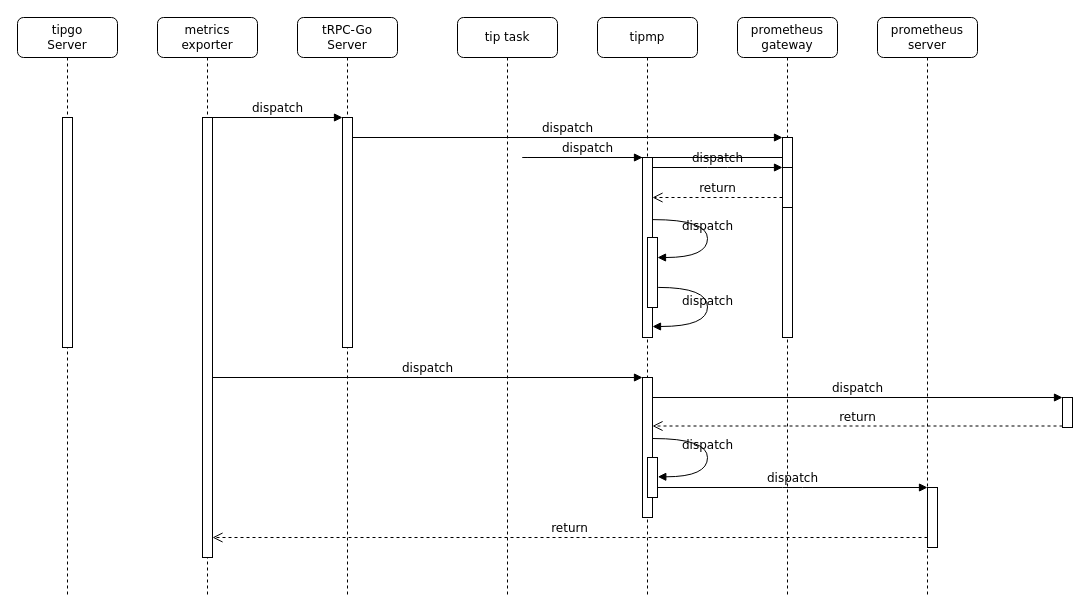
The draw.io diagram prometheus.drawio in mafagan/yunPicture, before the edit. Source tidied: cells renumbered, new cells numbered last; positions are measured from the earlier drawing's top-left corner, leaving out a move shared by most shapes. Both pictures are drawn from the tidied source at 100%, with x=0, y=0 at pixel (17, 17).
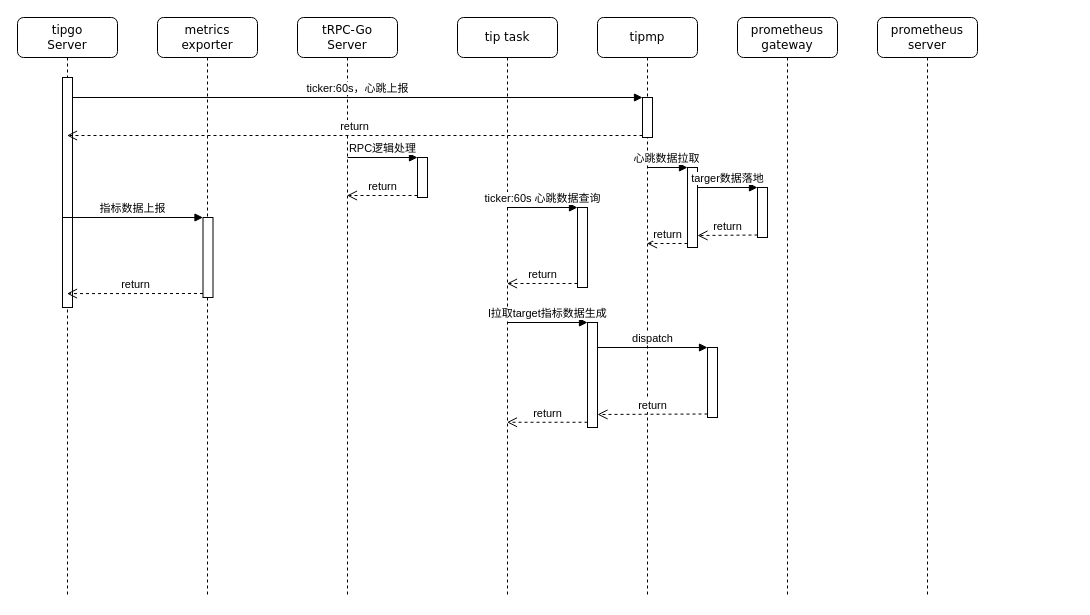
The same diagram, later.

Unchanged cells that the change refers to:
```xml
<mxCell id="2" value="tRPC-Go&lt;br&gt;Server" style="shape=umlLifeline;perimeter=lifelinePerimeter;whiteSpace=wrap;html=1;outlineConnect=0;rounded=1;shadow=0;comic=0;labelBackgroundColor=none;strokeWidth=1;fontFamily=Verdana;fontSize=12;align=center;" parent="1" vertex="1">
  <mxGeometry x="280" width="100" height="580" as="geometry" />
</mxCell>
<mxCell id="4" value="prometheus&lt;br&gt;gateway" style="shape=umlLifeline;perimeter=lifelinePerimeter;whiteSpace=wrap;html=1;rounded=1;shadow=0;comic=0;labelBackgroundColor=none;strokeWidth=1;fontFamily=Verdana;fontSize=12;align=center;" parent="1" vertex="1">
  <mxGeometry x="720" width="100" height="580" as="geometry" />
</mxCell>
<mxCell id="7" value="tip task" style="shape=umlLifeline;perimeter=lifelinePerimeter;whiteSpace=wrap;html=1;outlineConnect=0;rounded=1;shadow=0;comic=0;labelBackgroundColor=none;strokeWidth=1;fontFamily=Verdana;fontSize=12;align=center;" parent="1" vertex="1">
  <mxGeometry x="440" width="100" height="580" as="geometry" />
</mxCell>
<mxCell id="8" value="tipmp" style="shape=umlLifeline;perimeter=lifelinePerimeter;whiteSpace=wrap;html=1;outlineConnect=0;rounded=1;shadow=0;comic=0;labelBackgroundColor=none;strokeWidth=1;fontFamily=Verdana;fontSize=12;align=center;" parent="1" vertex="1">
  <mxGeometry x="580" width="100" height="580" as="geometry" />
</mxCell>
<mxCell id="9" value="metrics exporter" style="shape=umlLifeline;perimeter=lifelinePerimeter;whiteSpace=wrap;html=1;rounded=1;shadow=0;comic=0;labelBackgroundColor=none;strokeWidth=1;fontFamily=Verdana;fontSize=12;align=center;" parent="1" vertex="1">
  <mxGeometry x="140" width="100" height="580" as="geometry" />
</mxCell>
<mxCell id="31" value="tipgo&lt;br&gt;Server" style="shape=umlLifeline;perimeter=lifelinePerimeter;whiteSpace=wrap;html=1;outlineConnect=0;rounded=1;shadow=0;comic=0;labelBackgroundColor=none;strokeWidth=1;fontFamily=Verdana;fontSize=12;align=center;" parent="1" vertex="1">
  <mxGeometry width="100" height="580" as="geometry" />
</mxCell>
```

The edit, as a diff of the source:
```diff
@@
-    <mxCell id="3" style="html=1;points=[];perimeter=orthogonalPerimeter;rounded=0;shadow=0;comic=0;labelBackgroundColor=none;strokeWidth=1;fontFamily=Verdana;fontSize=12;align=center;" parent="2" vertex="1">
-      <mxGeometry x="45" y="100" width="10" height="230" as="geometry" />
-    </mxCell>
@@
-    <mxCell id="5" style="html=1;points=[];perimeter=orthogonalPerimeter;rounded=0;shadow=0;comic=0;labelBackgroundColor=none;strokeWidth=1;fontFamily=Verdana;fontSize=12;align=center;" parent="4" vertex="1">
-      <mxGeometry x="45" y="120" width="10" height="200" as="geometry" />
-    </mxCell>
+    <mxCell id="33" style="html=1;points=[];perimeter=orthogonalPerimeter;" parent="4" vertex="1">
+      <mxGeometry x="20" y="170" width="10" height="50" as="geometry" />
+    </mxCell>
@@
+    <mxCell id="34" style="html=1;points=[];perimeter=orthogonalPerimeter;" parent="8" vertex="1">
+      <mxGeometry x="45" y="80" width="10" height="40" as="geometry" />
+    </mxCell>
+    <mxCell id="35" style="html=1;points=[];perimeter=orthogonalPerimeter;" parent="8" vertex="1">
+      <mxGeometry x="90" y="150" width="10" height="80" as="geometry" />
+    </mxCell>
+    <mxCell id="36" value="return" style="html=1;verticalAlign=bottom;endArrow=open;dashed=1;endSize=8;exitX=0;exitY=0.95;rounded=0;" parent="8" edge="1" source="35" target="8">
+      <mxGeometry relative="1" as="geometry" />
+    </mxCell>
+    <mxCell id="37" value="心跳数据拉取" style="html=1;verticalAlign=bottom;endArrow=block;entryX=0;entryY=0;rounded=0;" parent="8" edge="1" source="8" target="35">
+      <mxGeometry x="-0.13" relative="1" as="geometry">
+        <mxPoint x="1" as="offset" />
+      </mxGeometry>
+    </mxCell>
@@
-    <mxCell id="10" style="html=1;points=[];perimeter=orthogonalPerimeter;rounded=0;shadow=0;comic=0;labelBackgroundColor=none;strokeWidth=1;fontFamily=Verdana;fontSize=12;align=center;" parent="9" vertex="1">
-      <mxGeometry x="45" y="100" width="10" height="440" as="geometry" />
-    </mxCell>
-    <mxCell id="11" style="html=1;points=[];perimeter=orthogonalPerimeter;rounded=0;shadow=0;comic=0;labelBackgroundColor=none;strokeWidth=1;fontFamily=Verdana;fontSize=12;align=center;" parent="1" vertex="1">
-      <mxGeometry x="625" y="140" width="10" height="180" as="geometry" />
-    </mxCell>
-    <mxCell id="12" value="dispatch" style="html=1;verticalAlign=bottom;endArrow=block;labelBackgroundColor=none;fontFamily=Verdana;fontSize=12;edgeStyle=elbowEdgeStyle;elbow=vertical;" parent="1" edge="1" source="5" target="11">
-      <mxGeometry relative="1" as="geometry">
-        <Array as="points">
-          <mxPoint x="500" y="140" />
-        </Array>
-      </mxGeometry>
-    </mxCell>
-    <mxCell id="13" style="html=1;points=[];perimeter=orthogonalPerimeter;rounded=0;shadow=0;comic=0;labelBackgroundColor=none;strokeWidth=1;fontFamily=Verdana;fontSize=12;align=center;" parent="1" vertex="1">
-      <mxGeometry x="765" y="150" width="10" height="40" as="geometry" />
-    </mxCell>
-    <mxCell id="14" value="dispatch" style="html=1;verticalAlign=bottom;endArrow=block;entryX=0;entryY=0;labelBackgroundColor=none;fontFamily=Verdana;fontSize=12;edgeStyle=elbowEdgeStyle;elbow=vertical;" parent="1" edge="1" source="11" target="13">
-      <mxGeometry relative="1" as="geometry" />
-    </mxCell>
-    <mxCell id="15" value="return" style="html=1;verticalAlign=bottom;endArrow=open;dashed=1;endSize=8;labelBackgroundColor=none;fontFamily=Verdana;fontSize=12;edgeStyle=elbowEdgeStyle;elbow=vertical;" parent="1" edge="1" source="13" target="11">
-      <mxGeometry relative="1" as="geometry">
-        <Array as="points">
-          <mxPoint x="710" y="180" />
-          <mxPoint x="740" y="180" />
-        </Array>
-      </mxGeometry>
-    </mxCell>
-    <mxCell id="16" style="html=1;points=[];perimeter=orthogonalPerimeter;rounded=0;shadow=0;comic=0;labelBackgroundColor=none;strokeWidth=1;fontFamily=Verdana;fontSize=12;align=center;" parent="1" vertex="1">
-      <mxGeometry x="625" y="360" width="10" height="140" as="geometry" />
-    </mxCell>
-    <mxCell id="17" value="dispatch" style="html=1;verticalAlign=bottom;endArrow=block;entryX=0;entryY=0;labelBackgroundColor=none;fontFamily=Verdana;fontSize=12;" parent="1" edge="1" source="10" target="16">
-      <mxGeometry relative="1" as="geometry" />
-    </mxCell>
-    <mxCell id="18" style="html=1;points=[];perimeter=orthogonalPerimeter;rounded=0;shadow=0;comic=0;labelBackgroundColor=none;strokeColor=#000000;strokeWidth=1;fillColor=#FFFFFF;fontFamily=Verdana;fontSize=12;fontColor=#000000;align=center;" parent="1" vertex="1">
-      <mxGeometry x="1045" y="380" width="10" height="30" as="geometry" />
-    </mxCell>
-    <mxCell id="19" value="dispatch" style="html=1;verticalAlign=bottom;endArrow=block;entryX=0;entryY=0;labelBackgroundColor=none;fontFamily=Verdana;fontSize=12;" parent="1" edge="1" source="16" target="18">
-      <mxGeometry relative="1" as="geometry" />
-    </mxCell>
-    <mxCell id="20" value="return" style="html=1;verticalAlign=bottom;endArrow=open;dashed=1;endSize=8;exitX=0;exitY=0.95;labelBackgroundColor=none;fontFamily=Verdana;fontSize=12;" parent="1" edge="1" source="18" target="16">
-      <mxGeometry relative="1" as="geometry" />
-    </mxCell>
-    <mxCell id="21" style="html=1;points=[];perimeter=orthogonalPerimeter;rounded=0;shadow=0;comic=0;labelBackgroundColor=none;strokeWidth=1;fontFamily=Verdana;fontSize=12;align=center;" parent="1" vertex="1">
-      <mxGeometry x="910" y="470" width="10" height="60" as="geometry" />
-    </mxCell>
-    <mxCell id="22" value="dispatch" style="html=1;verticalAlign=bottom;endArrow=block;entryX=0;entryY=0;labelBackgroundColor=none;fontFamily=Verdana;fontSize=12;edgeStyle=elbowEdgeStyle;elbow=vertical;" parent="1" edge="1" source="29" target="21">
-      <mxGeometry relative="1" as="geometry" />
-    </mxCell>
-    <mxCell id="23" value="return" style="html=1;verticalAlign=bottom;endArrow=open;dashed=1;endSize=8;labelBackgroundColor=none;fontFamily=Verdana;fontSize=12;edgeStyle=elbowEdgeStyle;elbow=vertical;" parent="1" edge="1" source="21" target="10">
-      <mxGeometry relative="1" as="geometry">
-        <Array as="points">
-          <mxPoint x="610" y="520" />
-        </Array>
-      </mxGeometry>
-    </mxCell>
-    <mxCell id="24" value="dispatch" style="html=1;verticalAlign=bottom;endArrow=block;entryX=0;entryY=0;labelBackgroundColor=none;fontFamily=Verdana;fontSize=12;edgeStyle=elbowEdgeStyle;elbow=vertical;" parent="1" edge="1" source="10" target="3">
-      <mxGeometry relative="1" as="geometry" />
-    </mxCell>
-    <mxCell id="25" value="dispatch" style="html=1;verticalAlign=bottom;endArrow=block;entryX=0;entryY=0;labelBackgroundColor=none;fontFamily=Verdana;fontSize=12;edgeStyle=elbowEdgeStyle;elbow=vertical;" parent="1" edge="1" source="3" target="5">
-      <mxGeometry relative="1" as="geometry" />
-    </mxCell>
-    <mxCell id="26" style="html=1;points=[];perimeter=orthogonalPerimeter;rounded=0;shadow=0;comic=0;labelBackgroundColor=none;strokeWidth=1;fontFamily=Verdana;fontSize=12;align=center;" parent="1" vertex="1">
-      <mxGeometry x="630" y="220" width="10" height="70" as="geometry" />
-    </mxCell>
-    <mxCell id="27" value="dispatch" style="html=1;verticalAlign=bottom;endArrow=block;labelBackgroundColor=none;fontFamily=Verdana;fontSize=12;elbow=vertical;edgeStyle=orthogonalEdgeStyle;curved=1;entryX=1;entryY=0.286;entryPerimeter=0;exitX=1.038;exitY=0.345;exitPerimeter=0;" parent="1" edge="1" source="11" target="26">
-      <mxGeometry relative="1" as="geometry">
-        <Array as="points">
-          <mxPoint x="690" y="202" />
-          <mxPoint x="690" y="240" />
-        </Array>
-      </mxGeometry>
-    </mxCell>
-    <mxCell id="28" value="dispatch" style="html=1;verticalAlign=bottom;endArrow=block;labelBackgroundColor=none;fontFamily=Verdana;fontSize=12;elbow=vertical;edgeStyle=orthogonalEdgeStyle;curved=1;exitX=1.066;exitY=0.713;exitPerimeter=0;" parent="1" edge="1" source="26">
-      <mxGeometry relative="1" as="geometry">
-        <mxPoint x="635" y="309" as="targetPoint" />
-        <Array as="points">
-          <mxPoint x="690" y="270" />
-          <mxPoint x="690" y="309" />
-        </Array>
-      </mxGeometry>
-    </mxCell>
-    <mxCell id="29" style="html=1;points=[];perimeter=orthogonalPerimeter;rounded=0;shadow=0;comic=0;labelBackgroundColor=none;strokeWidth=1;fontFamily=Verdana;fontSize=12;align=center;" parent="1" vertex="1">
-      <mxGeometry x="630" y="440" width="10" height="40" as="geometry" />
-    </mxCell>
-    <mxCell id="30" value="dispatch" style="html=1;verticalAlign=bottom;endArrow=block;labelBackgroundColor=none;fontFamily=Verdana;fontSize=12;elbow=vertical;edgeStyle=orthogonalEdgeStyle;curved=1;entryX=1;entryY=0.286;entryPerimeter=0;exitX=1.038;exitY=0.345;exitPerimeter=0;" parent="1" edge="1">
-      <mxGeometry relative="1" as="geometry">
-        <mxPoint x="635.3" y="421" as="sourcePoint" />
-        <mxPoint x="640.3" y="459.3" as="targetPoint" />
-        <Array as="points">
-          <mxPoint x="690" y="421" />
-          <mxPoint x="690" y="459" />
-        </Array>
-      </mxGeometry>
-    </mxCell>
+    <mxCell id="38" style="html=1;points=[];perimeter=orthogonalPerimeter;" parent="9" vertex="1">
+      <mxGeometry x="45.5" y="200" width="10" height="80" as="geometry" />
+    </mxCell>
@@
     <mxCell id="32" style="html=1;points=[];perimeter=orthogonalPerimeter;rounded=0;shadow=0;comic=0;labelBackgroundColor=none;strokeWidth=1;fontFamily=Verdana;fontSize=12;align=center;" parent="31" vertex="1">
-      <mxGeometry x="45" y="100" width="10" height="230" as="geometry" />
+      <mxGeometry x="45" y="60" width="10" height="230" as="geometry" />
     </mxCell>
+    <mxCell id="39" value="ticker:60s，心跳上报" style="html=1;verticalAlign=bottom;endArrow=block;entryX=0;entryY=0;rounded=0;" parent="1" edge="1" source="32" target="34">
+      <mxGeometry relative="1" as="geometry" />
+    </mxCell>
+    <mxCell id="40" value="return" style="html=1;verticalAlign=bottom;endArrow=open;dashed=1;endSize=8;exitX=0;exitY=0.95;rounded=0;" parent="1" edge="1" source="34" target="31">
+      <mxGeometry relative="1" as="geometry" />
+    </mxCell>
+    <mxCell id="41" style="html=1;points=[];perimeter=orthogonalPerimeter;" parent="1" vertex="1">
+      <mxGeometry x="400" y="140" width="10" height="40" as="geometry" />
+    </mxCell>
+    <mxCell id="42" value="RPC逻辑处理" style="html=1;verticalAlign=bottom;endArrow=block;entryX=0;entryY=0;rounded=0;" parent="1" edge="1" target="41">
+      <mxGeometry relative="1" as="geometry">
+        <mxPoint x="330" y="140" as="sourcePoint" />
+      </mxGeometry>
+    </mxCell>
+    <mxCell id="43" value="return" style="html=1;verticalAlign=bottom;endArrow=open;dashed=1;endSize=8;exitX=0;exitY=0.95;rounded=0;" parent="1" edge="1" source="41" target="2">
+      <mxGeometry relative="1" as="geometry" />
+    </mxCell>
+    <mxCell id="44" value="targer数据落地" style="html=1;verticalAlign=bottom;endArrow=block;entryX=0;entryY=0;rounded=0;" parent="1" edge="1" source="35" target="33">
+      <mxGeometry relative="1" as="geometry" />
+    </mxCell>
+    <mxCell id="45" value="return" style="html=1;verticalAlign=bottom;endArrow=open;dashed=1;endSize=8;exitX=0;exitY=0.95;rounded=0;entryX=1;entryY=0.85;entryDx=0;entryDy=0;entryPerimeter=0;" parent="1" edge="1" source="33" target="35">
+      <mxGeometry relative="1" as="geometry" />
+    </mxCell>
+    <mxCell id="46" value="指标数据上报" style="html=1;verticalAlign=bottom;endArrow=block;entryX=0;entryY=0;rounded=0;" parent="1" edge="1" target="38">
+      <mxGeometry relative="1" as="geometry">
+        <mxPoint x="45" y="200" as="sourcePoint" />
+      </mxGeometry>
+    </mxCell>
+    <mxCell id="47" value="return" style="html=1;verticalAlign=bottom;endArrow=open;dashed=1;endSize=8;exitX=0;exitY=0.95;rounded=0;entryX=0.9;entryY=0.983;entryDx=0;entryDy=0;entryPerimeter=0;" parent="1" edge="1" source="38">
+      <mxGeometry relative="1" as="geometry">
+        <mxPoint x="49.5" y="276.1" as="targetPoint" />
+      </mxGeometry>
+    </mxCell>
+    <mxCell id="48" style="html=1;points=[];perimeter=orthogonalPerimeter;" parent="1" vertex="1">
+      <mxGeometry x="560" y="190" width="10" height="80" as="geometry" />
+    </mxCell>
+    <mxCell id="49" value="ticker:60s 心跳数据查询" style="html=1;verticalAlign=bottom;endArrow=block;entryX=0;entryY=0;rounded=0;" parent="1" edge="1" source="7" target="48">
+      <mxGeometry relative="1" as="geometry" />
+    </mxCell>
+    <mxCell id="50" value="return" style="html=1;verticalAlign=bottom;endArrow=open;dashed=1;endSize=8;exitX=0;exitY=0.95;rounded=0;" parent="1" edge="1" source="48" target="7">
+      <mxGeometry relative="1" as="geometry" />
+    </mxCell>
+    <mxCell id="51" style="html=1;points=[];perimeter=orthogonalPerimeter;" parent="1" vertex="1">
+      <mxGeometry x="570" y="305" width="10" height="105" as="geometry" />
+    </mxCell>
+    <mxCell id="52" value="l拉取target指标数据生成" style="html=1;verticalAlign=bottom;endArrow=block;entryX=0;entryY=0;rounded=0;" parent="1" edge="1" source="7" target="51">
+      <mxGeometry relative="1" as="geometry" />
+    </mxCell>
+    <mxCell id="53" value="return" style="html=1;verticalAlign=bottom;endArrow=open;dashed=1;endSize=8;exitX=0;exitY=0.95;rounded=0;" parent="1" edge="1" source="51" target="7">
+      <mxGeometry relative="1" as="geometry" />
+    </mxCell>
+    <mxCell id="54" style="html=1;points=[];perimeter=orthogonalPerimeter;" parent="1" vertex="1">
+      <mxGeometry x="690" y="330" width="10" height="70" as="geometry" />
+    </mxCell>
+    <mxCell id="55" value="dispatch" style="html=1;verticalAlign=bottom;endArrow=block;entryX=0;entryY=0;rounded=0;" parent="1" edge="1" target="54">
+      <mxGeometry relative="1" as="geometry">
+        <mxPoint x="580" y="330" as="sourcePoint" />
+      </mxGeometry>
+    </mxCell>
+    <mxCell id="56" value="return" style="html=1;verticalAlign=bottom;endArrow=open;dashed=1;endSize=8;exitX=0;exitY=0.95;rounded=0;entryX=1;entryY=0.876;entryDx=0;entryDy=0;entryPerimeter=0;" parent="1" edge="1" source="54" target="51">
+      <mxGeometry relative="1" as="geometry" />
+    </mxCell>
```
